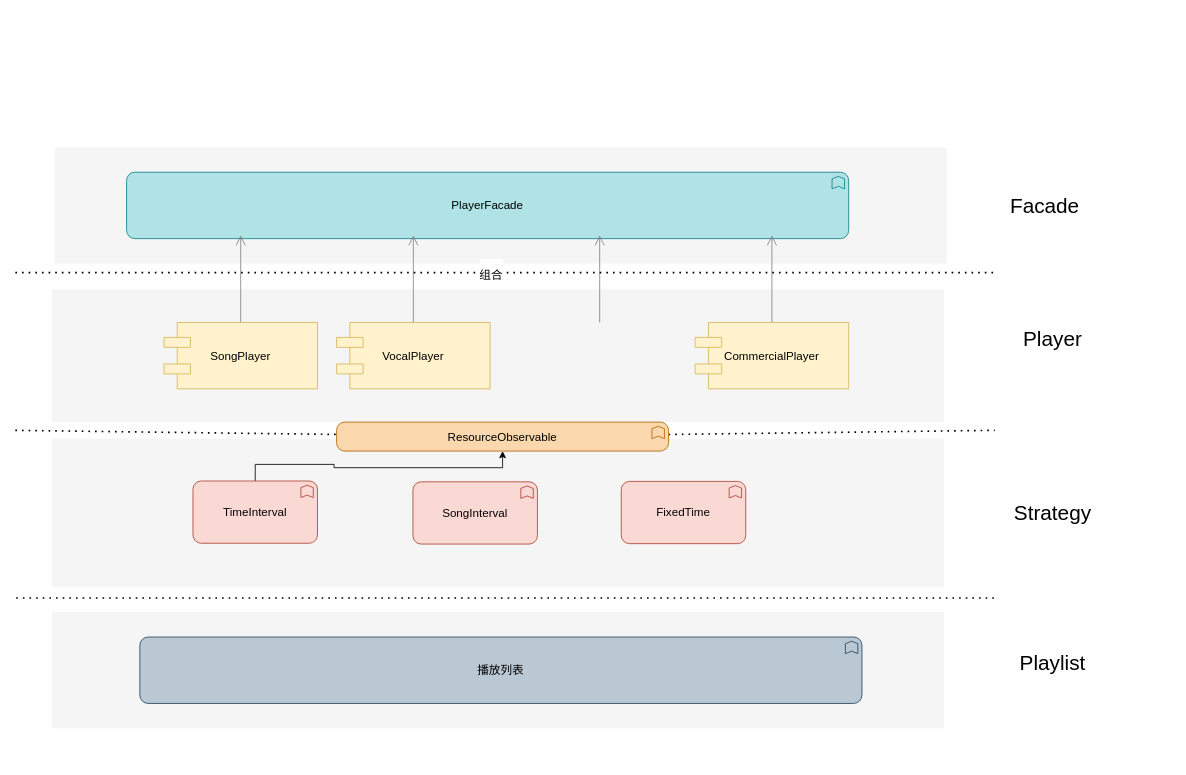
Before: Untitled Diagram.drawio in faterap/faterap.github.io, a draw.io diagram. Source tidied: cells renumbered, new cells numbered last; positions are measured from the earlier drawing's top-left corner, leaving out a move shared by most shapes. Both pictures are drawn from the tidied source at 83%, with x=0, y=0 at pixel (15, 147).
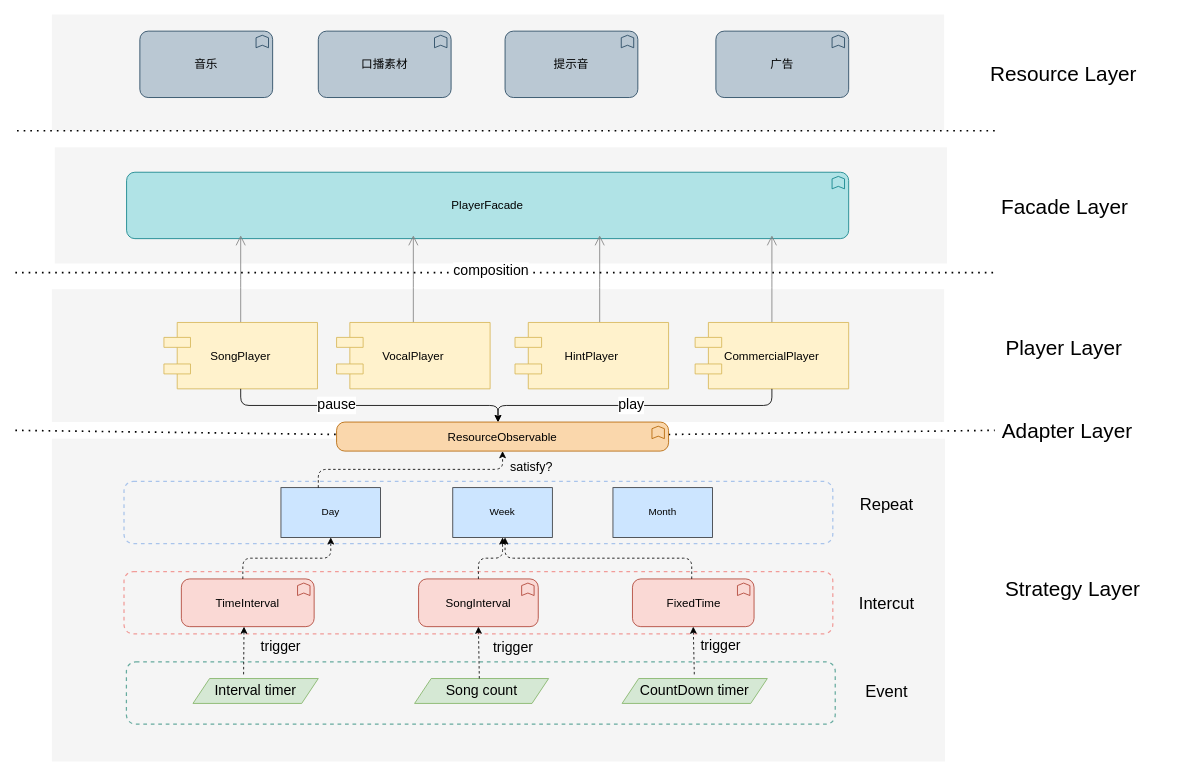
Above is the later version.

The change refers to these unchanged cells:
```xml
<mxCell id="5" style="whiteSpace=wrap;html=1;strokeColor=none;strokeWidth=1;fillColor=#f5f5f5;fontSize=14;" parent="1" vertex="1">
  <mxGeometry x="44" y="171" width="1075" height="160" as="geometry" />
</mxCell>
<mxCell id="7" value="SongPlayer" style="shape=component;align=center;fillColor=#fff2cc;fontSize=14;strokeColor=#d6b656;" parent="1" vertex="1">
  <mxGeometry x="179" y="211" width="185" height="80" as="geometry" />
</mxCell>
<mxCell id="12" value="CommercialPlayer" style="shape=component;align=center;fillColor=#fff2cc;fontSize=14;strokeColor=#d6b656;" parent="1" vertex="1">
  <mxGeometry x="819" y="211" width="185" height="80" as="geometry" />
</mxCell>
<mxCell id="15" style="endArrow=none;dashed=1;html=1;dashPattern=1 3;strokeWidth=2;" parent="1" edge="1">
  <mxGeometry relative="1" as="geometry">
    <mxPoint y="151" as="sourcePoint" />
    <mxPoint x="1180" y="151" as="targetPoint" />
  </mxGeometry>
</mxCell>
<mxCell id="27" value="ResourceObservable" style="html=1;whiteSpace=wrap;fillColor=#fad7ac;shape=mxgraph.archimate3.application;appType=func;archiType=rounded;fontSize=14;strokeColor=#b46504;" parent="1" vertex="1">
  <mxGeometry x="387" y="331" width="400" height="35" as="geometry" />
</mxCell>
```

The edit, as a diff of the source:
```diff
@@
+    <mxCell id="4" style="whiteSpace=wrap;html=1;strokeColor=none;strokeWidth=1;fillColor=#f5f5f5;fontSize=14;perimeterSpacing=6;" parent="1" vertex="1">
+      <mxGeometry x="44" y="351" width="1076" height="389" as="geometry" />
+    </mxCell>
+    <mxCell id="29" style="rounded=1;whiteSpace=wrap;html=1;fontSize=17;dashed=1;fillColor=none;strokeWidth=1.5;perimeterSpacing=0;strokeColor=#A9C4EB;" parent="1" vertex="1">
+      <mxGeometry x="130.9" y="402.5" width="854" height="75" as="geometry" />
+    </mxCell>
+    <mxCell id="30" style="rounded=1;whiteSpace=wrap;html=1;fontSize=17;dashed=1;fillColor=none;strokeWidth=1.5;perimeterSpacing=0;strokeColor=#F19C99;" parent="1" vertex="1">
+      <mxGeometry x="130.9" y="511.2" width="854" height="75" as="geometry" />
+    </mxCell>
+    <mxCell id="31" style="rounded=1;whiteSpace=wrap;html=1;fontSize=17;dashed=1;fillColor=none;strokeColor=#67AB9F;strokeWidth=1.5;perimeterSpacing=0;" parent="1" vertex="1">
+      <mxGeometry x="133.8" y="620" width="854" height="75" as="geometry" />
+    </mxCell>
@@
-    <mxCell id="4" style="whiteSpace=wrap;html=1;strokeColor=none;strokeWidth=1;fillColor=#f5f5f5;fontSize=14;" parent="1" vertex="1">
-      <mxGeometry x="44" y="351" width="1075" height="179" as="geometry" />
-    </mxCell>
@@
-    <mxCell id="13" value="Strategy" style="text;html=1;strokeColor=none;fillColor=none;align=center;verticalAlign=middle;whiteSpace=wrap;fontSize=25;" parent="1" vertex="1">
-      <mxGeometry x="1130" y="430" width="240" height="20" as="geometry" />
+    <mxCell id="13" value="Strategy Layer" style="text;html=1;strokeColor=none;fillColor=none;align=center;verticalAlign=middle;whiteSpace=wrap;fontSize=25;" parent="1" vertex="1">
+      <mxGeometry x="1154" y="521" width="240" height="20" as="geometry" />
     </mxCell>
-    <mxCell id="14" value="Player" style="text;html=1;strokeColor=none;fillColor=none;align=center;verticalAlign=middle;whiteSpace=wrap;fontSize=25;" parent="1" vertex="1">
-      <mxGeometry x="1130" y="220" width="240" height="20" as="geometry" />
+    <mxCell id="14" value="Player Layer" style="text;html=1;strokeColor=none;fillColor=none;align=center;verticalAlign=middle;whiteSpace=wrap;fontSize=25;" parent="1" vertex="1">
+      <mxGeometry x="1143" y="231" width="241" height="20" as="geometry" />
     </mxCell>
@@
-    <mxCell id="16" value="&lt;font style=&quot;font-size: 14px&quot;&gt;组合&lt;/font&gt;" style="edgeLabel;html=1;align=center;verticalAlign=middle;fontSize=25;" parent="15" vertex="1">
+    <mxCell id="16" value="composition" style="edgeLabel;html=1;align=center;verticalAlign=middle;fontSize=17;" parent="15" vertex="1">
       <mxGeometry x="-0.03" y="3" relative="1" as="geometry" />
     </mxCell>
@@
     <mxCell id="18" style="whiteSpace=wrap;html=1;strokeColor=none;strokeWidth=1;fillColor=#f5f5f5;fontSize=14;" parent="1" vertex="1">
-      <mxGeometry x="44" y="560" width="1075" height="140" as="geometry" />
+      <mxGeometry x="44" y="-160" width="1075" height="140" as="geometry" />
     </mxCell>
     <mxCell id="19" style="endArrow=none;dashed=1;html=1;dashPattern=1 3;strokeWidth=2;" parent="1" edge="1">
       <mxGeometry relative="1" as="geometry">
-        <mxPoint x="1" y="543" as="sourcePoint" />
-        <mxPoint x="1181" y="543" as="targetPoint" />
+        <mxPoint x="2" y="-20" as="sourcePoint" />
+        <mxPoint x="1182" y="-20" as="targetPoint" />
       </mxGeometry>
     </mxCell>
-    <mxCell id="20" value="Playlist" style="text;html=1;strokeColor=none;fillColor=none;align=center;verticalAlign=middle;whiteSpace=wrap;fontSize=25;" parent="1" vertex="1">
-      <mxGeometry x="1130" y="610" width="240" height="20" as="geometry" />
+    <mxCell id="20" value="Resource Layer" style="text;html=1;strokeColor=none;fillColor=none;align=center;verticalAlign=middle;whiteSpace=wrap;fontSize=25;" parent="1" vertex="1">
+      <mxGeometry x="1143" y="-99" width="240" height="20" as="geometry" />
     </mxCell>
-    <mxCell id="21" value="播放列表" style="html=1;whiteSpace=wrap;fillColor=#bac8d3;shape=mxgraph.archimate3.application;appType=func;archiType=rounded;fontSize=14;strokeColor=#23445d;" parent="1" vertex="1">
-      <mxGeometry x="150" y="590" width="870" height="80" as="geometry" />
+    <mxCell id="21" value="音乐" style="html=1;whiteSpace=wrap;fillColor=#bac8d3;shape=mxgraph.archimate3.application;appType=func;archiType=rounded;fontSize=14;strokeColor=#23445d;" parent="1" vertex="1">
+      <mxGeometry x="150" y="-140" width="160" height="80" as="geometry" />
     </mxCell>
-    <mxCell id="22" style="edgeStyle=orthogonalEdgeStyle;rounded=0;jettySize=auto;html=1;exitX=0.5;exitY=0;exitDx=0;exitDy=0;exitPerimeter=0;fontSize=25;startArrow=none;startFill=0;" parent="1" edge="1" source="23" target="27">
-      <mxGeometry relative="1" as="geometry" />
-    </mxCell>
     <mxCell id="23" value="TimeInterval" style="html=1;whiteSpace=wrap;fillColor=#fad9d5;shape=mxgraph.archimate3.application;appType=func;archiType=rounded;fontSize=14;strokeColor=#ae4132;" parent="1" vertex="1">
-      <mxGeometry x="214" y="402" width="150" height="75" as="geometry" />
+      <mxGeometry x="200" y="520" width="160" height="57.5" as="geometry" />
     </mxCell>
     <mxCell id="24" value="SongInterval" style="html=1;whiteSpace=wrap;fillColor=#fad9d5;shape=mxgraph.archimate3.application;appType=func;archiType=rounded;fontSize=14;strokeColor=#ae4132;" parent="1" vertex="1">
-      <mxGeometry x="479" y="403" width="150" height="75" as="geometry" />
+      <mxGeometry x="485.8" y="520" width="144.2" height="57.5" as="geometry" />
     </mxCell>
     <mxCell id="25" value="FixedTime" style="html=1;whiteSpace=wrap;fillColor=#fad9d5;shape=mxgraph.archimate3.application;appType=func;archiType=rounded;fontSize=14;strokeColor=#ae4132;" parent="1" vertex="1">
-      <mxGeometry x="730" y="402.5" width="150" height="75" as="geometry" />
+      <mxGeometry x="743.5" y="520" width="146.5" height="57.5" as="geometry" />
     </mxCell>
-    <mxCell id="26" value="Facade" style="text;html=1;align=center;verticalAlign=middle;strokeColor=none;fontSize=25;" parent="1" vertex="1">
-      <mxGeometry x="1190" y="50" width="100" height="40" as="geometry" />
+    <mxCell id="26" value="Facade Layer" style="text;html=1;align=center;verticalAlign=middle;strokeColor=none;fontSize=25;" parent="1" vertex="1">
+      <mxGeometry x="1179" y="51" width="170" height="40" as="geometry" />
     </mxCell>
@@
+    <mxCell id="32" value="HintPlayer" style="shape=component;align=center;fillColor=#fff2cc;fontSize=14;strokeColor=#d6b656;" parent="1" vertex="1">
+      <mxGeometry x="602" y="211" width="185" height="80" as="geometry" />
+    </mxCell>
+    <mxCell id="33" style="endArrow=classic;html=1;fontSize=20;exitX=0.5;exitY=1;exitDx=0;exitDy=0;entryX=0.5;entryY=1;entryDx=0;entryDy=0;edgeStyle=elbowEdgeStyle;elbow=vertical;" parent="1" edge="1" source="7" target="5">
+      <mxGeometry relative="1" as="geometry" />
+    </mxCell>
+    <mxCell id="34" value="pause" style="edgeLabel;html=1;align=center;verticalAlign=middle;fontSize=17;" parent="33" vertex="1">
+      <mxGeometry x="-0.36" y="1" relative="1" as="geometry">
+        <mxPoint x="23" as="offset" />
+      </mxGeometry>
+    </mxCell>
+    <mxCell id="35" style="endArrow=classic;html=1;fontSize=20;exitX=0.5;exitY=1;exitDx=0;exitDy=0;entryX=0.5;entryY=1;entryDx=0;entryDy=0;edgeStyle=elbowEdgeStyle;elbow=vertical;" parent="1" edge="1" source="12" target="5">
+      <mxGeometry relative="1" as="geometry" />
+    </mxCell>
+    <mxCell id="36" value="play" style="edgeLabel;html=1;align=center;verticalAlign=middle;fontSize=17;" parent="35" vertex="1">
+      <mxGeometry x="-0.15" y="3" relative="1" as="geometry">
+        <mxPoint x="-33" y="-4" as="offset" />
+      </mxGeometry>
+    </mxCell>
+    <mxCell id="37" value="Interval timer" style="shape=parallelogram;perimeter=parallelogramPerimeter;whiteSpace=wrap;html=1;fixedSize=1;fontSize=17;fillColor=#d5e8d4;strokeColor=#82b366;" parent="1" vertex="1">
+      <mxGeometry x="214" y="640" width="151" height="30" as="geometry" />
+    </mxCell>
+    <mxCell id="38" value="CountDown timer" style="shape=parallelogram;perimeter=parallelogramPerimeter;whiteSpace=wrap;html=1;fixedSize=1;fontSize=17;fillColor=#d5e8d4;strokeColor=#82b366;" parent="1" vertex="1">
+      <mxGeometry x="731" y="640" width="175" height="30" as="geometry" />
+    </mxCell>
+    <mxCell id="39" value="Song count" style="shape=parallelogram;perimeter=parallelogramPerimeter;whiteSpace=wrap;html=1;fixedSize=1;fontSize=17;fillColor=#d5e8d4;strokeColor=#82b366;" parent="1" vertex="1">
+      <mxGeometry x="481" y="640" width="161.5" height="30" as="geometry" />
+    </mxCell>
+    <mxCell id="40" style="endArrow=classic;html=1;fontSize=17;dashed=1;entryX=0.5;entryY=1;entryDx=0;entryDy=0;entryPerimeter=0;" parent="1" edge="1" target="24">
+      <mxGeometry relative="1" as="geometry">
+        <mxPoint x="559" y="640" as="sourcePoint" />
+      </mxGeometry>
+    </mxCell>
+    <mxCell id="41" style="endArrow=classic;html=1;fontSize=17;dashed=1;exitX=0.5;exitY=0;exitDx=0;exitDy=0;entryX=0.5;entryY=1;entryDx=0;entryDy=0;entryPerimeter=0;" parent="1" edge="1" target="25">
+      <mxGeometry relative="1" as="geometry">
+        <mxPoint x="818" y="635" as="sourcePoint" />
+      </mxGeometry>
+    </mxCell>
+    <mxCell id="42" value="trigger" style="text;html=1;strokeColor=none;fillColor=none;align=center;verticalAlign=middle;whiteSpace=wrap;rounded=0;fontSize=17;" parent="1" vertex="1">
+      <mxGeometry x="300" y="592" width="40" height="20" as="geometry" />
+    </mxCell>
+    <mxCell id="43" value="trigger" style="text;html=1;strokeColor=none;fillColor=none;align=center;verticalAlign=middle;whiteSpace=wrap;rounded=0;fontSize=17;" parent="1" vertex="1">
+      <mxGeometry x="580" y="593" width="40" height="20" as="geometry" />
+    </mxCell>
+    <mxCell id="44" value="trigger" style="text;html=1;strokeColor=none;fillColor=none;align=center;verticalAlign=middle;whiteSpace=wrap;rounded=0;fontSize=17;" parent="1" vertex="1">
+      <mxGeometry x="830" y="591" width="40" height="20" as="geometry" />
+    </mxCell>
+    <mxCell id="45" value="Event" style="text;html=1;strokeColor=none;fillColor=none;align=center;verticalAlign=middle;whiteSpace=wrap;rounded=0;fontSize=20;" parent="1" vertex="1">
+      <mxGeometry x="1030" y="645" width="40" height="20" as="geometry" />
+    </mxCell>
+    <mxCell id="46" value="口播素材" style="html=1;whiteSpace=wrap;fillColor=#bac8d3;shape=mxgraph.archimate3.application;appType=func;archiType=rounded;fontSize=14;strokeColor=#23445d;" parent="1" vertex="1">
+      <mxGeometry x="365" y="-140" width="160" height="80" as="geometry" />
+    </mxCell>
+    <mxCell id="47" value="广告" style="html=1;whiteSpace=wrap;fillColor=#bac8d3;shape=mxgraph.archimate3.application;appType=func;archiType=rounded;fontSize=14;strokeColor=#23445d;" parent="1" vertex="1">
+      <mxGeometry x="844" y="-140" width="160" height="80" as="geometry" />
+    </mxCell>
+    <mxCell id="48" value="提示音" style="html=1;whiteSpace=wrap;fillColor=#bac8d3;shape=mxgraph.archimate3.application;appType=func;archiType=rounded;fontSize=14;strokeColor=#23445d;" parent="1" vertex="1">
+      <mxGeometry x="590" y="-140" width="160" height="80" as="geometry" />
+    </mxCell>
+    <mxCell id="49" style="endArrow=classic;html=1;fontSize=17;dashed=1;exitX=0.5;exitY=0;exitDx=0;exitDy=0;entryX=0.5;entryY=1;entryDx=0;entryDy=0;entryPerimeter=0;" parent="1" edge="1">
+      <mxGeometry relative="1" as="geometry">
+        <mxPoint x="275" y="635" as="sourcePoint" />
+        <mxPoint x="275.5" y="577.5" as="targetPoint" />
+      </mxGeometry>
+    </mxCell>
+    <mxCell id="50" value="Day" style="rounded=0;whiteSpace=wrap;html=1;fillColor=#cce5ff;strokeColor=#36393d;" parent="1" vertex="1">
+      <mxGeometry x="320" y="410" width="120" height="60" as="geometry" />
+    </mxCell>
+    <mxCell id="51" value="Month" style="rounded=0;whiteSpace=wrap;html=1;fillColor=#cce5ff;strokeColor=#36393d;" parent="1" vertex="1">
+      <mxGeometry x="720" y="410" width="120" height="60" as="geometry" />
+    </mxCell>
+    <mxCell id="52" value="Week" style="rounded=0;whiteSpace=wrap;html=1;fillColor=#cce5ff;strokeColor=#36393d;" parent="1" vertex="1">
+      <mxGeometry x="527" y="410" width="120" height="60" as="geometry" />
+    </mxCell>
+    <mxCell id="53" value="Intercut" style="text;html=1;strokeColor=none;fillColor=none;align=center;verticalAlign=middle;whiteSpace=wrap;rounded=0;fontSize=20;" parent="1" vertex="1">
+      <mxGeometry x="1030" y="538.8" width="40" height="20" as="geometry" />
+    </mxCell>
+    <mxCell id="54" value="Repeat" style="text;html=1;strokeColor=none;fillColor=none;align=center;verticalAlign=middle;whiteSpace=wrap;rounded=0;fontSize=20;" parent="1" vertex="1">
+      <mxGeometry x="1030" y="420" width="40" height="20" as="geometry" />
+    </mxCell>
+    <mxCell id="55" style="endArrow=classic;html=1;fontSize=17;dashed=1;exitX=0.463;exitY=0;exitDx=0;exitDy=0;entryX=0.5;entryY=1;entryDx=0;entryDy=0;entryPerimeter=0;exitPerimeter=0;edgeStyle=elbowEdgeStyle;elbow=vertical;" parent="1" edge="1" source="23">
+      <mxGeometry relative="1" as="geometry">
+        <mxPoint x="380" y="470" as="targetPoint" />
+      </mxGeometry>
+    </mxCell>
+    <mxCell id="56" style="endArrow=classic;html=1;fontSize=17;dashed=1;exitX=0.5;exitY=0;exitDx=0;exitDy=0;entryX=0.5;entryY=1;entryDx=0;entryDy=0;exitPerimeter=0;edgeStyle=elbowEdgeStyle;elbow=vertical;" parent="1" edge="1" source="24" target="52">
+      <mxGeometry relative="1" as="geometry" />
+    </mxCell>
+    <mxCell id="57" style="endArrow=classic;html=1;fontSize=17;dashed=1;exitX=0.5;exitY=0;exitDx=0;exitDy=0;exitPerimeter=0;edgeStyle=elbowEdgeStyle;elbow=vertical;" parent="1" edge="1">
+      <mxGeometry relative="1" as="geometry">
+        <mxPoint x="814.9" y="520" as="sourcePoint" />
+        <mxPoint x="590" y="470" as="targetPoint" />
+      </mxGeometry>
+    </mxCell>
+    <mxCell id="58" style="endArrow=classic;html=1;fontSize=17;dashed=1;exitX=0.463;exitY=0;exitDx=0;exitDy=0;entryX=0.5;entryY=1;entryDx=0;entryDy=0;entryPerimeter=0;exitPerimeter=0;edgeStyle=elbowEdgeStyle;elbow=vertical;" parent="1" edge="1" target="27">
+      <mxGeometry relative="1" as="geometry">
+        <mxPoint x="365" y="410" as="sourcePoint" />
+      </mxGeometry>
+    </mxCell>
+    <mxCell id="59" value="&lt;font style=&quot;font-size: 15px&quot;&gt;satisfy?&lt;/font&gt;" style="text;html=1;strokeColor=none;fillColor=none;align=center;verticalAlign=middle;whiteSpace=wrap;rounded=0;fontSize=25;" parent="1" vertex="1">
+      <mxGeometry x="602" y="370" width="40" height="20" as="geometry" />
+    </mxCell>
+    <mxCell id="60" value="Adapter Layer" style="text;html=1;strokeColor=none;fillColor=none;align=center;verticalAlign=middle;whiteSpace=wrap;fontSize=25;" parent="1" vertex="1">
+      <mxGeometry x="1146.5" y="331" width="241" height="20" as="geometry" />
+    </mxCell>
```
